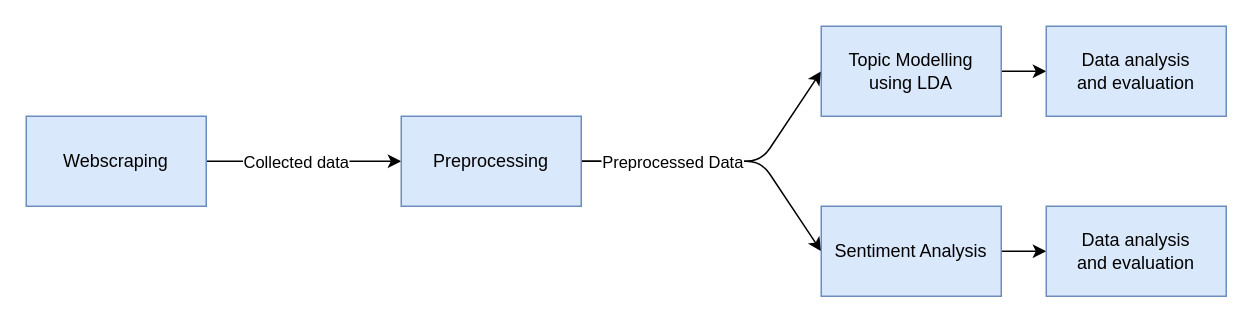
The draw.io diagram Thesis/Project/thesis/resources/methodology.drawio in MundherAl/BachelorThesis, before the edit. Source tidied: cells renumbered, new cells numbered last; positions are measured from the earlier drawing's top-left corner, leaving out a move shared by most shapes. Both pictures are drawn from the tidied source at 150%, with x=0, y=0 at pixel (26, 26).
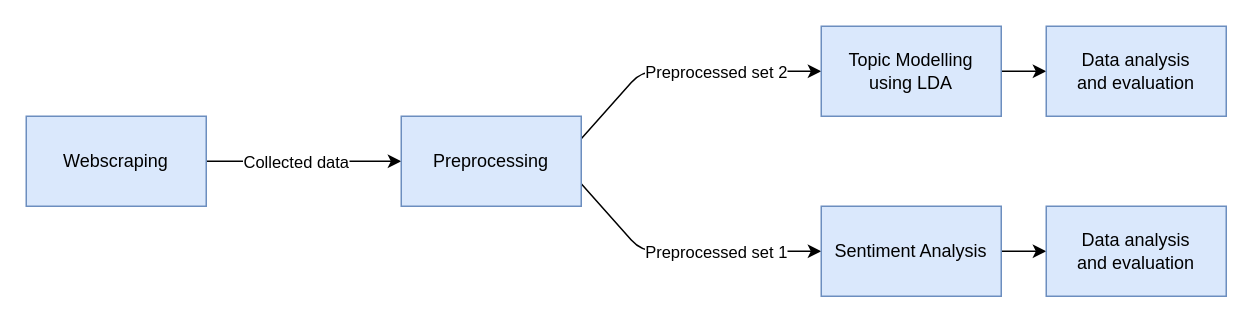
The same diagram, later.

The change refers to these unchanged cells:
```xml
<mxCell id="8" value="Preprocessing" style="whiteSpace=wrap;html=1;fillColor=#dae8fc;strokeColor=#6c8ebf;" parent="1" vertex="1">
  <mxGeometry x="250" y="60" width="120" height="60" as="geometry" />
</mxCell>
<mxCell id="10" value="Topic Modelling&lt;br&gt;using LDA" style="whiteSpace=wrap;html=1;fillColor=#dae8fc;strokeColor=#6c8ebf;" parent="1" vertex="1">
  <mxGeometry x="530" width="120" height="60" as="geometry" />
</mxCell>
<mxCell id="12" value="Sentiment Analysis" style="whiteSpace=wrap;html=1;fillColor=#dae8fc;strokeColor=#6c8ebf;" parent="1" vertex="1">
  <mxGeometry x="530" y="120" width="120" height="60" as="geometry" />
</mxCell>
```

What changed in the source:
```diff
@@
-    <mxCell id="5" style="edgeStyle=none;html=1;exitX=1;exitY=0.5;exitDx=0;exitDy=0;entryX=0;entryY=0.5;entryDx=0;entryDy=0;" parent="1" edge="1" source="8" target="10">
+    <mxCell id="5" style="edgeStyle=none;html=1;exitX=1;exitY=0.25;exitDx=0;exitDy=0;entryX=0;entryY=0.5;entryDx=0;entryDy=0;" parent="1" edge="1" source="8" target="10">
       <mxGeometry relative="1" as="geometry">
         <Array as="points">
-          <mxPoint x="490" y="90" />
+          <mxPoint x="410" y="30" />
         </Array>
       </mxGeometry>
     </mxCell>
+    <mxCell id="15" value="Preprocessed set 2" style="edgeLabel;html=1;align=center;verticalAlign=middle;" parent="5" vertex="1">
+      <mxGeometry x="-0.22" y="2" relative="1" as="geometry">
+        <mxPoint x="40" y="2" as="offset" />
+      </mxGeometry>
+    </mxCell>
-    <mxCell id="6" style="edgeStyle=none;html=1;exitX=1;exitY=0.5;exitDx=0;exitDy=0;entryX=0;entryY=0.5;entryDx=0;entryDy=0;" parent="1" edge="1" source="8" target="12">
+    <mxCell id="6" style="edgeStyle=none;html=1;exitX=1;exitY=0.75;exitDx=0;exitDy=0;entryX=0;entryY=0.5;entryDx=0;entryDy=0;" parent="1" edge="1" source="8" target="12">
       <mxGeometry relative="1" as="geometry">
         <Array as="points">
-          <mxPoint x="490" y="90" />
+          <mxPoint x="410" y="150" />
         </Array>
       </mxGeometry>
     </mxCell>
-    <mxCell id="7" value="Preprocessed Data" style="edgeLabel;html=1;align=center;verticalAlign=middle;" parent="6" vertex="1">
-      <mxGeometry x="-0.54" relative="1" as="geometry">
-        <mxPoint x="16" as="offset" />
-      </mxGeometry>
-    </mxCell>
+    <mxCell id="16" value="Preprocessed set 1" style="edgeLabel;html=1;align=center;verticalAlign=middle;" parent="6" vertex="1">
+      <mxGeometry x="0.1" y="-1" relative="1" as="geometry">
+        <mxPoint x="11" y="-1" as="offset" />
+      </mxGeometry>
+    </mxCell>
```
